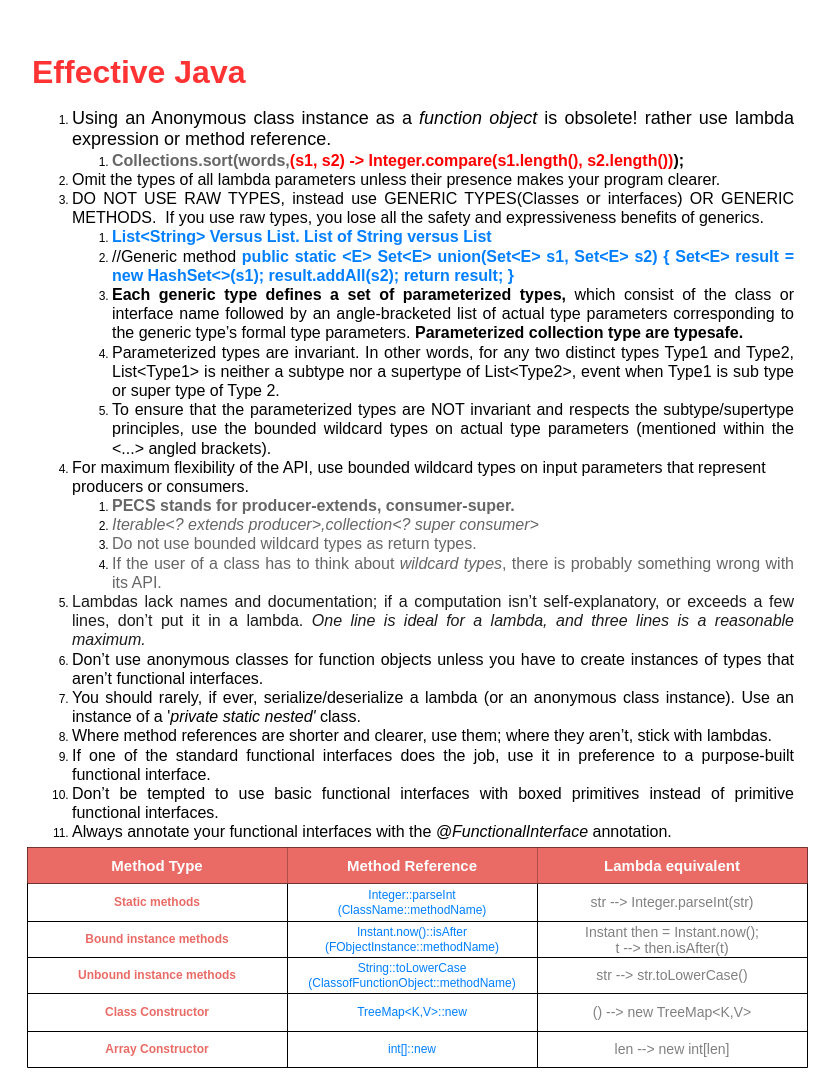
gaurjain/drawio keeps this draw.io diagram as page "Page-7" (6 of 6) of Java Collection Framework Data Structures.drawio. Above is the earlier version. Source tidied: cells renumbered, new cells numbered last; positions are measured from the earlier drawing's top-left corner, leaving out a move shared by most shapes. Both pictures are drawn from the tidied source at 100%, with x=0, y=0 at pixel (27, 47).
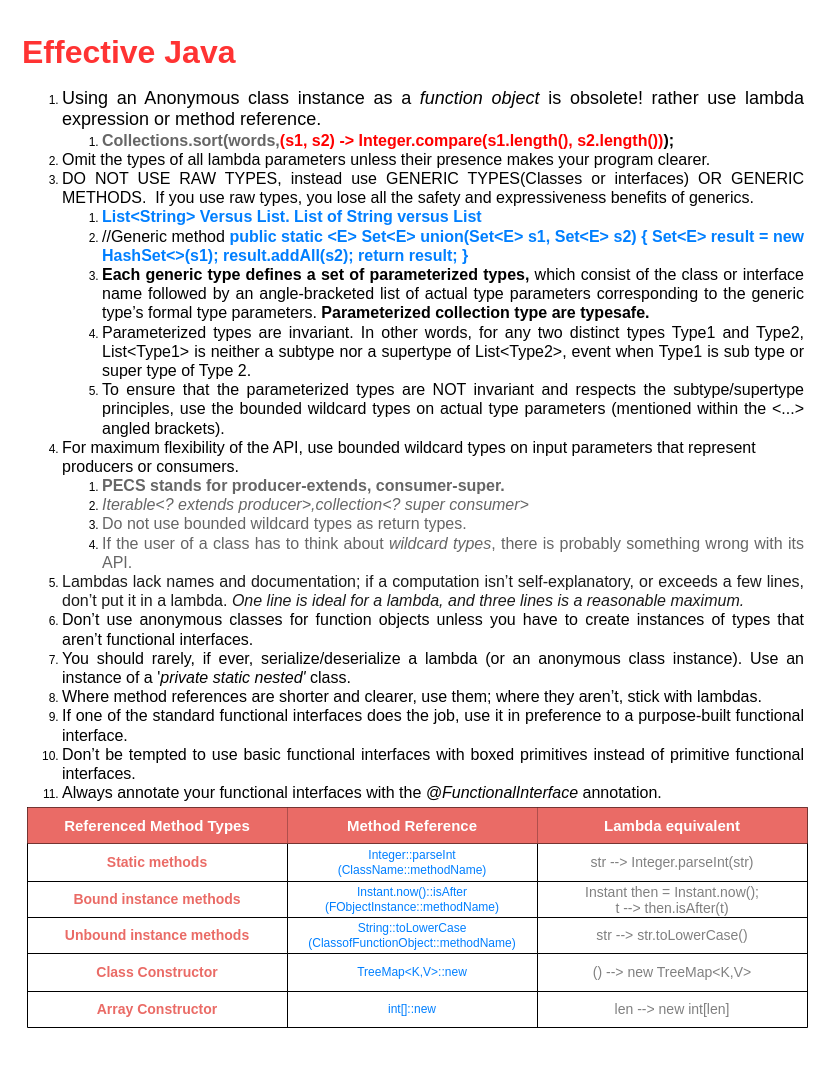
The same diagram, later.

Unchanged cells that the change refers to:
```xml
<mxCell id="4" style="shape=partialRectangle;html=1;whiteSpace=wrap;fillColor=none;top=0;left=0;bottom=0;right=0;" parent="3" vertex="1">
  <mxGeometry width="780" height="36" as="geometry" />
</mxCell>
<mxCell id="8" style="shape=partialRectangle;html=1;whiteSpace=wrap;fillColor=none;top=0;left=0;bottom=0;right=0;" parent="3" vertex="1">
  <mxGeometry y="36" width="780" height="38" as="geometry" />
</mxCell>
<mxCell id="12" style="shape=partialRectangle;html=1;whiteSpace=wrap;fillColor=none;top=0;left=0;bottom=0;right=0;" parent="3" vertex="1">
  <mxGeometry y="74" width="780" height="36" as="geometry" />
</mxCell>
<mxCell id="16" style="shape=partialRectangle;html=1;whiteSpace=wrap;fillColor=none;top=0;left=0;bottom=0;right=0;" parent="3" vertex="1">
  <mxGeometry y="110" width="780" height="36" as="geometry" />
</mxCell>
<mxCell id="20" style="shape=partialRectangle;html=1;whiteSpace=wrap;fillColor=none;top=0;left=0;bottom=0;right=0;" parent="3" vertex="1">
  <mxGeometry y="146" width="780" height="38" as="geometry" />
</mxCell>
<mxCell id="24" style="shape=partialRectangle;html=1;whiteSpace=wrap;fillColor=none;top=0;left=0;bottom=0;right=0;" parent="3" vertex="1">
  <mxGeometry y="184" width="780" height="36" as="geometry" />
</mxCell>
```

What changed in the source:
```diff
@@
     <mxCell id="2" value="&lt;h1 style=&quot;text-align: justify&quot;&gt;&lt;font color=&quot;#ff3333&quot; style=&quot;font-size: 32px&quot;&gt;Effective Java&lt;/font&gt;&lt;/h1&gt;&lt;p&gt;&lt;/p&gt;&lt;ol&gt;&lt;li style=&quot;text-align: justify&quot;&gt;&lt;font style=&quot;font-size: 18px&quot;&gt;Using an Anonymous class instance as a &lt;i&gt;function object&lt;/i&gt; is obsolete! rather use lambda expression or method reference.&lt;/font&gt;&lt;/li&gt;&lt;ol&gt;&lt;li style=&quot;text-align: justify&quot;&gt;&lt;font size=&quot;3&quot;&gt;&lt;b&gt;&lt;font color=&quot;#666666&quot;&gt;Collections.sort(words,&lt;/font&gt;&lt;font color=&quot;#ff0000&quot;&gt;(s1, s2) -&amp;gt; Integer.compare(s1.length(), s2.length())&lt;/font&gt;);&lt;/b&gt;&lt;/font&gt;&lt;/li&gt;&lt;/ol&gt;&lt;li style=&quot;text-align: justify&quot;&gt;&lt;font size=&quot;3&quot;&gt;Omit the types of all lambda parameters unless their presence makes your program clearer.&lt;br&gt;&lt;/font&gt;&lt;/li&gt;&lt;li style=&quot;text-align: justify&quot;&gt;&lt;font size=&quot;3&quot;&gt;&lt;font&gt;DO NOT USE RAW TYPES, instead use GENERIC TYPES(Classes or interfaces) OR GENERIC METHODS.&amp;nbsp;&lt;/font&gt;&amp;nbsp;If you use raw types, you lose all the &lt;span&gt;safety and expressiveness benefits of generics.&lt;/span&gt;&lt;/font&gt;&lt;/li&gt;&lt;ol&gt;&lt;li style=&quot;text-align: justify&quot;&gt;&lt;span&gt;&lt;font color=&quot;#007fff&quot; size=&quot;3&quot;&gt;&lt;b&gt;List&amp;lt;String&amp;gt; Versus List. List of String versus List&lt;/b&gt;&lt;/font&gt;&lt;/span&gt;&lt;/li&gt;&lt;li style=&quot;text-align: justify&quot;&gt;&lt;font size=&quot;3&quot;&gt;&lt;span&gt;&lt;font&gt;//Generic method&amp;nbsp;&lt;/font&gt;&lt;/span&gt;&lt;b&gt;&lt;font color=&quot;#007fff&quot;&gt;public static &amp;lt;E&amp;gt; Set&amp;lt;E&amp;gt; union(Set&amp;lt;E&amp;gt; s1, Set&amp;lt;E&amp;gt; s2) { Set&amp;lt;E&amp;gt; result = new HashSet&amp;lt;&amp;gt;(s1); result.addAll(s2); return result; }&lt;/font&gt;&lt;/b&gt;&lt;/font&gt;&lt;/li&gt;&lt;li style=&quot;text-align: justify&quot;&gt;&lt;font size=&quot;3&quot;&gt;&lt;b&gt;Each generic type defines a set of parameterized types,&lt;/b&gt;&lt;span&gt; which consist of the class or interface name followed by an angle-bracketed list of actual type parameters corresponding to the generic type’s formal type parameters.&amp;nbsp;&lt;/span&gt;&lt;b&gt;Parameterized collection type are typesafe.&lt;/b&gt;&lt;/font&gt;&lt;/li&gt;&lt;li style=&quot;text-align: justify&quot;&gt;&lt;font size=&quot;3&quot;&gt;Parameterized types are invariant. In other words, for any two distinct types Type1 and Type2, List&amp;lt;Type1&amp;gt; is neither a subtype nor a supertype of List&amp;lt;Type2&amp;gt;, event when Type1 is sub type or super type of Type 2.&amp;nbsp;&lt;/font&gt;&lt;/li&gt;&lt;li style=&quot;text-align: justify&quot;&gt;&lt;font size=&quot;3&quot;&gt;To ensure that the parameterized types are NOT invariant and respects the subtype/supertype principles, use the bounded wildcard types on actual type parameters (mentioned within the &amp;lt;...&amp;gt; angled brackets).&amp;nbsp;&lt;/font&gt;&lt;/li&gt;&lt;/ol&gt;&lt;li&gt;&lt;span style=&quot;text-align: justify&quot;&gt;&lt;font size=&quot;3&quot;&gt;For maximum flexibility of the API,&amp;nbsp;use bounded wildcard types on input parameters that represent producers or consumers.&amp;nbsp;&lt;/font&gt;&lt;/span&gt;&lt;/li&gt;&lt;ol&gt;&lt;li&gt;&lt;b style=&quot;text-align: justify&quot;&gt;&lt;font color=&quot;#666666&quot; size=&quot;3&quot;&gt;PECS stands for producer-extends, consumer-super.&amp;nbsp;&lt;/font&gt;&lt;/b&gt;&lt;/li&gt;&lt;li&gt;&lt;i style=&quot;text-align: justify&quot;&gt;&lt;font color=&quot;#666666&quot; size=&quot;3&quot;&gt;Iterable&amp;lt;? extends producer&amp;gt;,collection&amp;lt;? super consumer&amp;gt;&lt;/font&gt;&lt;/i&gt;&lt;/li&gt;&lt;li style=&quot;text-align: justify&quot;&gt;&lt;font color=&quot;#666666&quot; size=&quot;3&quot;&gt;Do not use bounded wildcard types as return types.&lt;/font&gt;&lt;/li&gt;&lt;li style=&quot;text-align: justify&quot;&gt;&lt;font size=&quot;3&quot;&gt;&lt;font color=&quot;#666666&quot;&gt;If the user of a class has to think about &lt;i&gt;wildcard types&lt;/i&gt;, there is probably something wrong with its API.&lt;/font&gt;&lt;br&gt;&lt;/font&gt;&lt;/li&gt;&lt;/ol&gt;&lt;li style=&quot;text-align: justify&quot;&gt;&lt;font size=&quot;3&quot;&gt;&lt;font color=&quot;#1a1a1a&quot;&gt;Lambdas lack names and documentation; if a computation isn’t self-explanatory, or exceeds a few lines, don’t put it in a lambda.&amp;nbsp;&lt;/font&gt;&lt;i&gt;&lt;font color=&quot;#1a1a1a&quot;&gt;One line is ideal for a lambda, and three lines is a reasonable maximum.&lt;/font&gt;&lt;br&gt;&lt;/i&gt;&lt;/font&gt;&lt;/li&gt;&lt;li style=&quot;text-align: justify&quot;&gt;&lt;font size=&quot;3&quot;&gt;Don’t use anonymous classes for function objects unless you have to create instances of types that aren’t functional interfaces.&amp;nbsp;&lt;br&gt;&lt;/font&gt;&lt;/li&gt;&lt;li style=&quot;text-align: justify&quot;&gt;&lt;font size=&quot;3&quot;&gt;You should rarely, if ever, serialize/deserialize a lambda (or an anonymous class instance). Use an instance of a '&lt;i&gt;private static nested'&lt;/i&gt; class.&lt;br&gt;&lt;/font&gt;&lt;/li&gt;&lt;li style=&quot;text-align: justify&quot;&gt;&lt;font size=&quot;3&quot;&gt;Where method references are shorter and clearer, use them; where they aren’t, stick with lambdas.&lt;br&gt;&lt;/font&gt;&lt;/li&gt;&lt;li style=&quot;text-align: justify&quot;&gt;&lt;font size=&quot;3&quot;&gt;If one of the standard functional interfaces does the job, use it in preference to a purpose-built functional interface.&lt;br&gt;&lt;/font&gt;&lt;/li&gt;&lt;li style=&quot;text-align: justify&quot;&gt;&lt;font size=&quot;3&quot;&gt;Don’t be tempted to use basic functional interfaces with boxed primitives instead of primitive functional interfaces.&lt;br&gt;&lt;/font&gt;&lt;/li&gt;&lt;li style=&quot;text-align: justify&quot;&gt;&lt;font size=&quot;3&quot;&gt;Always annotate your functional interfaces with the &lt;i&gt;@FunctionalInterface&lt;/i&gt; annotation.&lt;/font&gt;&lt;/li&gt;&lt;/ol&gt;&lt;p&gt;&lt;/p&gt;" style="text;html=1;strokeColor=none;fillColor=none;spacing=5;spacingTop=-20;whiteSpace=wrap;overflow=hidden;rounded=0;" parent="1" vertex="1">
-      <mxGeometry width="770" height="800" as="geometry" />
+      <mxGeometry x="-10" y="-20" width="790" height="800" as="geometry" />
     </mxCell>
     <mxCell id="3" style="shape=table;html=1;whiteSpace=wrap;startSize=0;childLayout=tableLayout;fontSize=8;" parent="1" vertex="1">
-      <mxGeometry y="800" width="780" height="220" as="geometry" />
+      <mxGeometry y="760" width="780" height="220" as="geometry" />
     </mxCell>
@@
-    <mxCell id="5" value="Method Type" style="shape=partialRectangle;html=1;whiteSpace=wrap;overflow=hidden;top=0;left=0;bottom=0;right=0;fontSize=15;fontStyle=1;fontColor=#ffffff;strokeColor=none;fillColor=#EA6B66;" parent="4" vertex="1">
+    <mxCell id="5" value="Referenced Method Types" style="shape=partialRectangle;html=1;whiteSpace=wrap;overflow=hidden;top=0;left=0;bottom=0;right=0;fontSize=15;fontStyle=1;fontColor=#ffffff;strokeColor=none;fillColor=#EA6B66;" parent="4" vertex="1">
       <mxGeometry width="260" height="36" as="geometry" />
     </mxCell>
@@
-    <mxCell id="9" value="Static methods" style="shape=partialRectangle;html=1;whiteSpace=wrap;overflow=hidden;fillColor=none;top=0;left=0;bottom=0;right=0;fontSize=12;fontColor=#EA6B66;fontStyle=1;" parent="8" vertex="1">
+    <mxCell id="9" value="Static methods" style="shape=partialRectangle;html=1;whiteSpace=wrap;overflow=hidden;fillColor=none;top=0;left=0;bottom=0;right=0;fontSize=14;fontColor=#EA6B66;fontStyle=1;" parent="8" vertex="1">
       <mxGeometry width="260" height="38" as="geometry" />
     </mxCell>
@@
-    <mxCell id="13" value="Bound instance methods" style="shape=partialRectangle;html=1;whiteSpace=wrap;overflow=hidden;fillColor=none;top=0;left=0;bottom=0;right=0;fontSize=12;fontColor=#EA6B66;fontStyle=1;" parent="12" vertex="1">
+    <mxCell id="13" value="Bound instance methods" style="shape=partialRectangle;html=1;whiteSpace=wrap;overflow=hidden;fillColor=none;top=0;left=0;bottom=0;right=0;fontSize=14;fontColor=#EA6B66;fontStyle=1;" parent="12" vertex="1">
       <mxGeometry width="260" height="36" as="geometry" />
     </mxCell>
@@
-    <mxCell id="17" value="Unbound instance methods" style="shape=partialRectangle;html=1;whiteSpace=wrap;overflow=hidden;fillColor=none;top=0;left=0;bottom=0;right=0;fontSize=12;fontColor=#EA6B66;fontStyle=1;" parent="16" vertex="1">
+    <mxCell id="17" value="Unbound instance methods" style="shape=partialRectangle;html=1;whiteSpace=wrap;overflow=hidden;fillColor=none;top=0;left=0;bottom=0;right=0;fontSize=14;fontColor=#EA6B66;fontStyle=1;" parent="16" vertex="1">
       <mxGeometry width="260" height="36" as="geometry" />
     </mxCell>
@@
-    <mxCell id="21" value="Class Constructor" style="shape=partialRectangle;html=1;whiteSpace=wrap;overflow=hidden;fillColor=none;top=0;left=0;bottom=0;right=0;fontSize=12;fontColor=#EA6B66;fontStyle=1;" parent="20" vertex="1">
+    <mxCell id="21" value="Class Constructor" style="shape=partialRectangle;html=1;whiteSpace=wrap;overflow=hidden;fillColor=none;top=0;left=0;bottom=0;right=0;fontSize=14;fontColor=#EA6B66;fontStyle=1;" parent="20" vertex="1">
       <mxGeometry width="260" height="38" as="geometry" />
     </mxCell>
@@
-    <mxCell id="25" value="Array Constructor" style="shape=partialRectangle;html=1;whiteSpace=wrap;overflow=hidden;fillColor=none;top=0;left=0;bottom=0;right=0;fontSize=12;fontColor=#EA6B66;fontStyle=1;" parent="24" vertex="1">
+    <mxCell id="25" value="Array Constructor" style="shape=partialRectangle;html=1;whiteSpace=wrap;overflow=hidden;fillColor=none;top=0;left=0;bottom=0;right=0;fontSize=14;fontColor=#EA6B66;fontStyle=1;" parent="24" vertex="1">
       <mxGeometry width="260" height="36" as="geometry" />
     </mxCell>
```
